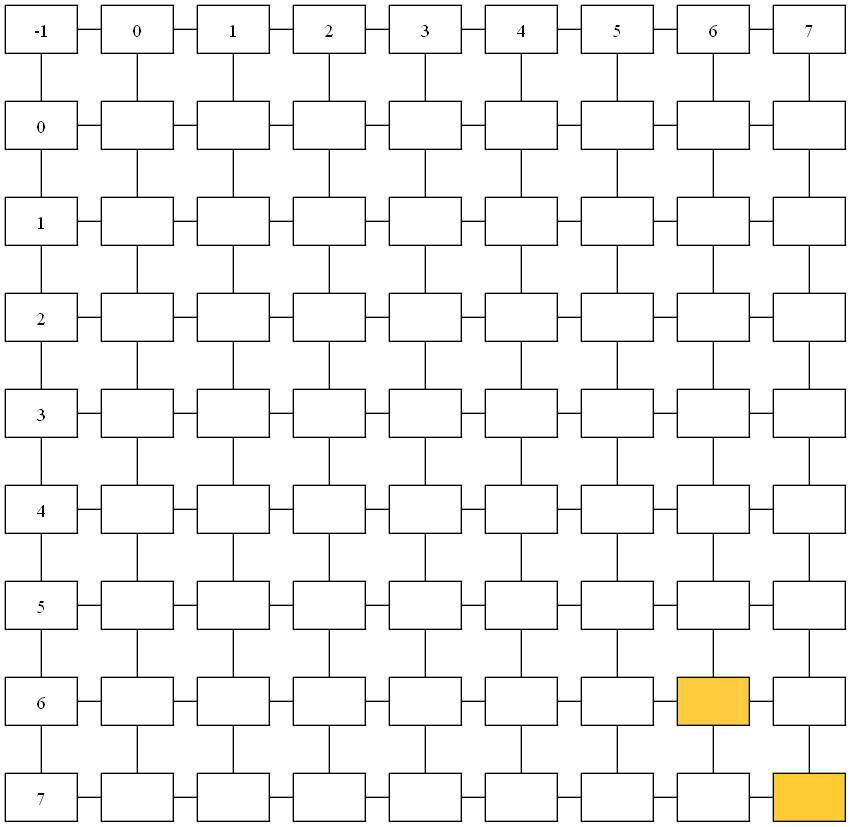
C-FernandoSazo/EDD_PROYECTOF2_202202906 keeps this Graphviz diagram as img/matrizDispersa.png. Above is the earlier version. Its source is kept beside it as dot/matrizDispersa.dot. Its diagram source:
```dot
 graph matriz {
     node [shape=box];
"Origen" [label="-1", group = 1]
"Col0"[label="0", group =2]
"Origen" --  "Col0"
"Col0" --  "Col1"
"Col1"[label="1", group =3]
"Col1" --  "Col2"
"Col2"[label="2", group =4]
"Col2" --  "Col3"
"Col3"[label="3", group =5]
"Col3" --  "Col4"
"Col4"[label="4", group =6]
"Col4" --  "Col5"
"Col5"[label="5", group =7]
"Col5" --  "Col6"
"Col6"[label="6", group =8]
"Col6" --  "Col7"
"Col7"[label="7", group =9]
  { rank=same; "Origen";
 "Col0"; "Col1"; "Col2"; "Col3"; "Col4"; "Col5"; "Col6"; "Col7";  }
"Fil0"[label="0", group = 1]
"Origen" --  "Fil0"
"Fil0" --  "Fil1"
"Fil1"[label="1", group = 1]
"Fil1" --  "Fil2"
"Fil2"[label="2", group = 1]
"Fil2" --  "Fil3"
"Fil3"[label="3", group = 1]
"Fil3" --  "Fil4"
"Fil4"[label="4", group = 1]
"Fil4" --  "Fil5"
"Fil5"[label="5", group = 1]
"Fil5" --  "Fil6"
"Fil6"[label="6", group = 1]
"Fil6" --  "Fil7"
"Fil7"[label="7", group = 1]
00[label=" ", group=2]
"Fil0" -- 00
"Col0" -- 00
00 -- 01
00 -- 10
01[label=" ", group=3]
"Col1" -- 01
01 -- 02
01 -- 11
02[label=" ", group=4]
"Col2" -- 02
02 -- 03
02 -- 12
03[label=" ", group=5]
"Col3" -- 03
03 -- 04
03 -- 13
04[label=" ", group=6]
"Col4" -- 04
04 -- 05
04 -- 14
05[label=" ", group=7]
"Col5" -- 05
05 -- 06
05 -- 15
06[label=" ", group=8]
"Col6" -- 06
06 -- 07
06 -- 16
07[label=" ", group=9]
"Col7" -- 07
07 -- 17
 { rank=same; "Fil0";
00;01;02;03;04;05;06;07; }
10[label=" ", group=2]
"Fil1" -- 10
10 -- 11
10 -- 20
11[label=" ", group=3]
11 -- 12
11 -- 21
12[label=" ", group=4]
12 -- 13
12 -- 22
13[label=" ", group=5]
13 -- 14
13 -- 23
14[label=" ", group=6]
14 -- 15
14 -- 24
15[label=" ", group=7]
15 -- 16
15 -- 25
16[label=" ", group=8]
16 -- 17
16 -- 26
17[label=" ", group=9]
17 -- 27
 { rank=same; "Fil1";
10;11;12;13;14;15;16;17; }
20[label=" ", group=2]
"Fil2" -- 20
20 -- 21
20 -- 30
21[label=" ", group=3]
21 -- 22
21 -- 31
22[label=" ", group=4]
22 -- 23
22 -- 32
23[label=" ", group=5]
23 -- 24
23 -- 33
24[label=" ", group=6]
24 -- 25
24 -- 34
25[label=" ", group=7]
25 -- 26
25 -- 35
26[label=" ", group=8]
26 -- 27
26 -- 36
27[label=" ", group=9]
27 -- 37
 { rank=same; "Fil2";
20;21;22;23;24;25;26;27; }
30[label=" ", group=2]
"Fil3" -- 30
30 -- 31
30 -- 40
31[label=" ", group=3]
31 -- 32
31 -- 41
32[label=" ", group=4]
32 -- 33
32 -- 42
33[label=" ", group=5]
33 -- 34
33 -- 43
34[label=" ", group=6]
34 -- 35
34 -- 44
35[label=" ", group=7]
35 -- 36
35 -- 45
36[label=" ", group=8]
36 -- 37
36 -- 46
37[label=" ", group=9]
37 -- 47
 { rank=same; "Fil3";
30;31;32;33;34;35;36;37; }
40[label=" ", group=2]
"Fil4" -- 40
40 -- 41
40 -- 50
41[label=" ", group=3]
41 -- 42
41 -- 51
42[label=" ", group=4]
42 -- 43
42 -- 52
43[label=" ", group=5]
43 -- 44
43 -- 53
44[label=" ", group=6]
44 -- 45
44 -- 54
45[label=" ", group=7]
45 -- 46
45 -- 55
46[label=" ", group=8]
46 -- 47
46 -- 56
47[label=" ", group=9]
47 -- 57
 { rank=same; "Fil4";
40;41;42;43;44;45;46;47; }
50[label=" ", group=2]
"Fil5" -- 50
50 -- 51
50 -- 60
51[label=" ", group=3]
51 -- 52
51 -- 61
52[label=" ", group=4]
52 -- 53
52 -- 62
53[label=" ", group=5]
53 -- 54
53 -- 63
54[label=" ", group=6]
54 -- 55
54 -- 64
55[label=" ", group=7]
55 -- 56
55 -- 65
56[label=" ", group=8]
56 -- 57
56 -- 66
57[label=" ", group=9]
57 -- 67
 { rank=same; "Fil5";
50;51;52;53;54;55;56;57; }
60[label=" ", group=2]
"Fil6" -- 60
60 -- 61
60 -- 70
61[label=" ", group=3]
61 -- 62
61 -- 71
62[label=" ", group=4]
62 -- 63
62 -- 72
63[label=" ", group=5]
63 -- 64
63 -- 73
64[label=" ", group=6]
64 -- 65
64 -- 74
65[label=" ", group=7]
65 -- 66
65 -- 75
66[label=" ", style=filled, fillcolor="#FFCC40"]
66 -- 67
66 -- 76
67[label=" ", group=9]
67 -- 77
 { rank=same; "Fil6";
60;61;62;63;64;65;66;67; }
70[label=" ", group=2]
"Fil7" -- 70
70 -- 71
71[label=" ", group=3]
71 -- 72
72[label=" ", group=4]
72 -- 73
73[label=" ", group=5]
73 -- 74
74[label=" ", group=6]
74 -- 75
75[label=" ", group=7]
75 -- 76
76[label=" ", group=8]
76 -- 77
77[label=" ", style=filled, fillcolor="#FFCC33"]
 { rank=same; "Fil7";
70;71;72;73;74;75;76;77; }
 }
```
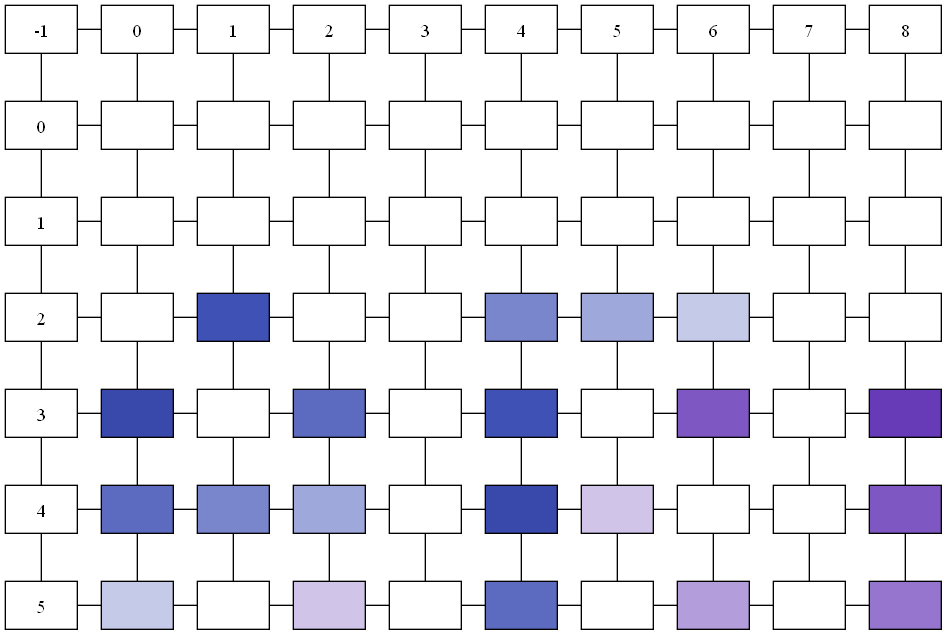
Later version of the same file.

The edit, as a diff of the source:
```diff
@@ -17,8 +17,10 @@
 "Col6"[label="6", group =8]
 "Col6" --  "Col7"
 "Col7"[label="7", group =9]
+"Col7" --  "Col8"
+"Col8"[label="8", group =10]
   { rank=same; "Origen";
- "Col0"; "Col1"; "Col2"; "Col3"; "Col4"; "Col5"; "Col6"; "Col7";  }
+ "Col0"; "Col1"; "Col2"; "Col3"; "Col4"; "Col5"; "Col6"; "Col7"; "Col8";  }
 "Fil0"[label="0", group = 1]
 "Origen" --  "Fil0"
 "Fil0" --  "Fil1"
@@ -31,10 +33,6 @@
 "Fil4"[label="4", group = 1]
 "Fil4" --  "Fil5"
 "Fil5"[label="5", group = 1]
-"Fil5" --  "Fil6"
-"Fil6"[label="6", group = 1]
-"Fil6" --  "Fil7"
-"Fil7"[label="7", group = 1]
 00[label=" ", group=2]
 "Fil0" -- 00
 "Col0" -- 00
@@ -66,9 +64,13 @@
 06 -- 16
 07[label=" ", group=9]
 "Col7" -- 07
+07 -- 08
 07 -- 17
+08[label=" ", group=10]
+"Col8" -- 08
+08 -- 18
  { rank=same; "Fil0";
-00;01;02;03;04;05;06;07; }
+00;01;02;03;04;05;06;07;08; }
 10[label=" ", group=2]
 "Fil1" -- 10
 10 -- 11
@@ -92,14 +94,17 @@
 16 -- 17
 16 -- 26
 17[label=" ", group=9]
+17 -- 18
 17 -- 27
+18[label=" ", group=10]
+18 -- 28
  { rank=same; "Fil1";
-10;11;12;13;14;15;16;17; }
+10;11;12;13;14;15;16;17;18; }
 20[label=" ", group=2]
 "Fil2" -- 20
 20 -- 21
 20 -- 30
-21[label=" ", group=3]
+21[label=" ", style=filled, fillcolor="#3F51B5"]
 21 -- 22
 21 -- 31
 22[label=" ", group=4]
@@ -108,139 +113,98 @@
 23[label=" ", group=5]
 23 -- 24
 23 -- 33
-24[label=" ", group=6]
+24[label=" ", style=filled, fillcolor="#7986CB"]
 24 -- 25
 24 -- 34
-25[label=" ", group=7]
+25[label=" ", style=filled, fillcolor="#9FA8DA"]
 25 -- 26
 25 -- 35
-26[label=" ", group=8]
+26[label=" ", style=filled, fillcolor="#C5CAE9"]
 26 -- 27
 26 -- 36
 27[label=" ", group=9]
+27 -- 28
 27 -- 37
+28[label=" ", group=10]
+28 -- 38
  { rank=same; "Fil2";
-20;21;22;23;24;25;26;27; }
-30[label=" ", group=2]
+20;21;22;23;24;25;26;27;28; }
+30[label=" ", style=filled, fillcolor="#3949AB"]
 "Fil3" -- 30
 30 -- 31
 30 -- 40
 31[label=" ", group=3]
 31 -- 32
 31 -- 41
-32[label=" ", group=4]
+32[label=" ", style=filled, fillcolor="#5C6BC0"]
 32 -- 33
 32 -- 42
 33[label=" ", group=5]
 33 -- 34
 33 -- 43
-34[label=" ", group=6]
+34[label=" ", style=filled, fillcolor="#3F51B5"]
 34 -- 35
 34 -- 44
 35[label=" ", group=7]
 35 -- 36
 35 -- 45
-36[label=" ", group=8]
+36[label=" ", style=filled, fillcolor="#7E57C2"]
 36 -- 37
 36 -- 46
 37[label=" ", group=9]
+37 -- 38
 37 -- 47
+38[label=" ", style=filled, fillcolor="#673AB7"]
+38 -- 48
  { rank=same; "Fil3";
-30;31;32;33;34;35;36;37; }
-40[label=" ", group=2]
+30;31;32;33;34;35;36;37;38; }
+40[label=" ", style=filled, fillcolor="#5C6BC0"]
 "Fil4" -- 40
 40 -- 41
 40 -- 50
-41[label=" ", group=3]
+41[label=" ", style=filled, fillcolor="#7986CB"]
 41 -- 42
 41 -- 51
-42[label=" ", group=4]
+42[label=" ", style=filled, fillcolor="#9FA8DA"]
 42 -- 43
 42 -- 52
 43[label=" ", group=5]
 43 -- 44
 43 -- 53
-44[label=" ", group=6]
+44[label=" ", style=filled, fillcolor="#3949AB"]
 44 -- 45
 44 -- 54
-45[label=" ", group=7]
+45[label=" ", style=filled, fillcolor="#D1C4E9"]
 45 -- 46
 45 -- 55
 46[label=" ", group=8]
 46 -- 47
 46 -- 56
 47[label=" ", group=9]
+47 -- 48
 47 -- 57
+48[label=" ", style=filled, fillcolor="#7E57C2"]
+48 -- 58
  { rank=same; "Fil4";
-40;41;42;43;44;45;46;47; }
-50[label=" ", group=2]
+40;41;42;43;44;45;46;47;48; }
+50[label=" ", style=filled, fillcolor="#C5CAE9"]
 "Fil5" -- 50
 50 -- 51
-50 -- 60
 51[label=" ", group=3]
 51 -- 52
-51 -- 61
-52[label=" ", group=4]
+52[label=" ", style=filled, fillcolor="#D1C4E9"]
 52 -- 53
-52 -- 62
 53[label=" ", group=5]
 53 -- 54
-53 -- 63
-54[label=" ", group=6]
+54[label=" ", style=filled, fillcolor="#5C6BC0"]
 54 -- 55
-54 -- 64
 55[label=" ", group=7]
 55 -- 56
-55 -- 65
-56[label=" ", group=8]
+56[label=" ", style=filled, fillcolor="#B39DDB"]
 56 -- 57
-56 -- 66
 57[label=" ", group=9]
-57 -- 67
+57 -- 58
+58[label=" ", style=filled, fillcolor="#9575CD"]
  { rank=same; "Fil5";
-50;51;52;53;54;55;56;57; }
-60[label=" ", group=2]
-"Fil6" -- 60
-60 -- 61
-60 -- 70
-61[label=" ", group=3]
-61 -- 62
-61 -- 71
-62[label=" ", group=4]
-62 -- 63
-62 -- 72
-63[label=" ", group=5]
-63 -- 64
-63 -- 73
-64[label=" ", group=6]
-64 -- 65
-64 -- 74
-65[label=" ", group=7]
-65 -- 66
-65 -- 75
-66[label=" ", style=filled, fillcolor="#FFCC40"]
-66 -- 67
-66 -- 76
-67[label=" ", group=9]
-67 -- 77
- { rank=same; "Fil6";
-60;61;62;63;64;65;66;67; }
-70[label=" ", group=2]
-"Fil7" -- 70
-70 -- 71
-71[label=" ", group=3]
-71 -- 72
-72[label=" ", group=4]
-72 -- 73
-73[label=" ", group=5]
-73 -- 74
-74[label=" ", group=6]
-74 -- 75
-75[label=" ", group=7]
-75 -- 76
-76[label=" ", group=8]
-76 -- 77
-77[label=" ", style=filled, fillcolor="#FFCC33"]
- { rank=same; "Fil7";
-70;71;72;73;74;75;76;77; }
+50;51;52;53;54;55;56;57;58; }
  }
```
